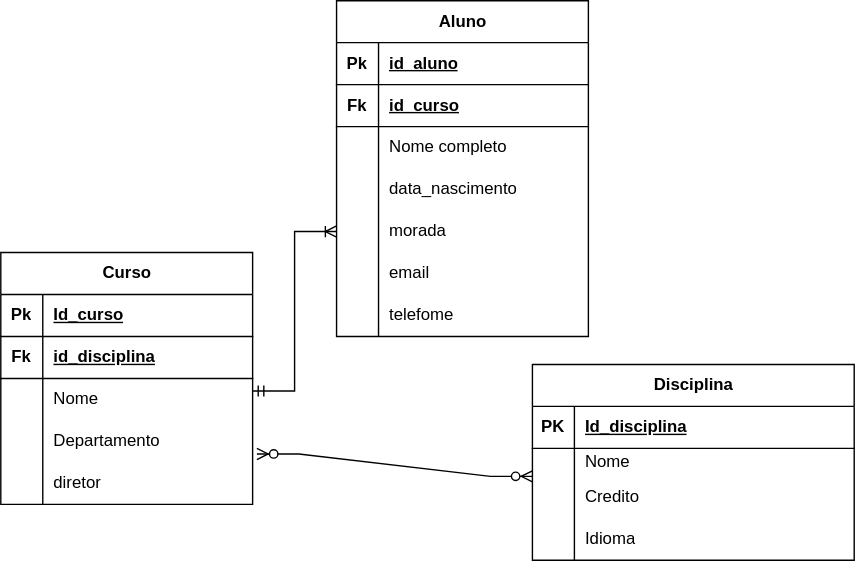
This is crossfootex1.drawio.svg from Pedrosilva778/SGBD, a draw.io export, as it was before one commit. Source tidied: cells renumbered, new cells last; positions are measured from the earlier drawing's top-left corner, leaving out a move shared by most shapes.
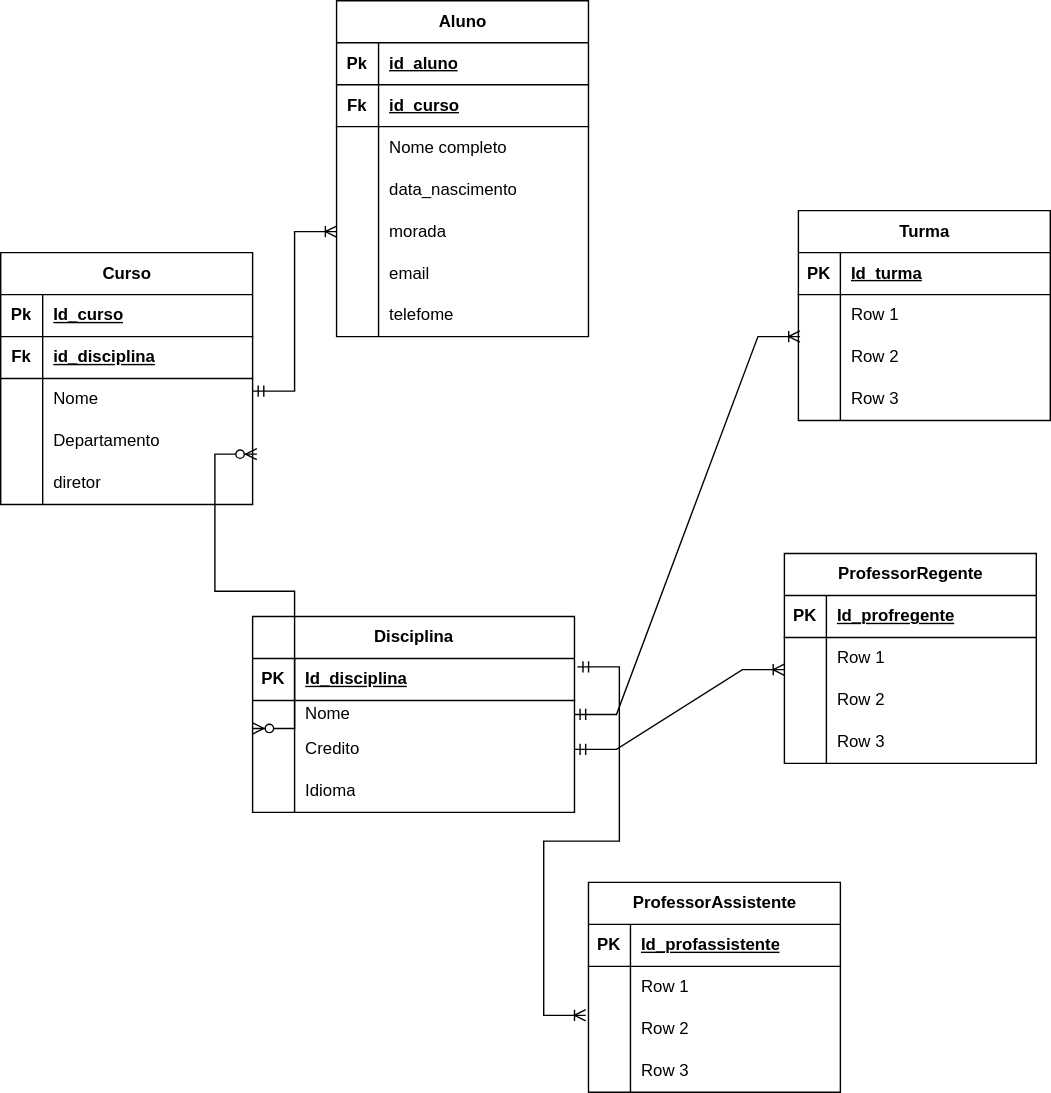
After the change.

What changed in the source:
```diff
@@ -69,7 +69,7 @@
       <mxGeometry x="30" width="150" height="30" as="geometry" />
     </mxCell>
     <mxCell id="24" value="Disciplina" style="shape=table;startSize=30;rowLines=0;fontStyle=1;align=center;html=1;" parent="1" vertex="1">
-      <mxGeometry x="380" y="260" width="230" height="140" as="geometry" />
+      <mxGeometry x="180" y="440" width="230" height="140" as="geometry" />
     </mxCell>
     <mxCell id="25" style="shape=tableRow;horizontal=0;startSize=0;swimlaneHead=0;swimlaneBody=0;fillColor=none;points=[[0,0.5],[1,0.5]];portConstraint=eastwest;top=0;left=0;right=0;bottom=1;" parent="24" vertex="1">
       <mxGeometry y="30" width="230" height="30" as="geometry" />
@@ -161,5 +161,131 @@
     <mxCell id="54" style="edgeStyle=entityRelationEdgeStyle;fontSize=12;html=1;endArrow=ERzeroToMany;endFill=1;startArrow=ERzeroToMany;rounded=0;entryX=1.017;entryY=0.8;entryDx=0;entryDy=0;entryPerimeter=0;exitX=0;exitY=0;exitDx=0;exitDy=0;exitPerimeter=0;" parent="1" edge="1" source="31" target="47">
       <mxGeometry relative="1" as="geometry" />
     </mxCell>
+    <mxCell id="55" value="ProfessorAssistente" style="shape=table;startSize=30;rowLines=0;fontStyle=1;align=center;html=1;" parent="1" vertex="1">
+      <mxGeometry x="420" y="630" width="180" height="150" as="geometry" />
+    </mxCell>
+    <mxCell id="56" style="shape=tableRow;horizontal=0;startSize=0;swimlaneHead=0;swimlaneBody=0;fillColor=none;top=0;left=0;right=0;bottom=1;" parent="55" vertex="1">
+      <mxGeometry y="30" width="180" height="30" as="geometry" />
+    </mxCell>
+    <mxCell id="57" value="PK" style="shape=partialRectangle;fillColor=none;top=0;left=0;bottom=0;right=0;fontStyle=1;overflow=hidden;whiteSpace=wrap;html=1;" parent="56" vertex="1">
+      <mxGeometry width="30" height="30" as="geometry" />
+    </mxCell>
+    <mxCell id="58" value="Id_profassistente" style="shape=partialRectangle;fillColor=none;top=0;left=0;bottom=0;right=0;align=left;spacingLeft=6;fontStyle=5;overflow=hidden;whiteSpace=wrap;html=1;" parent="56" vertex="1">
+      <mxGeometry x="30" width="150" height="30" as="geometry" />
+    </mxCell>
+    <mxCell id="59" style="shape=tableRow;horizontal=0;startSize=0;swimlaneHead=0;swimlaneBody=0;fillColor=none;top=0;left=0;right=0;bottom=0;" parent="55" vertex="1">
+      <mxGeometry y="60" width="180" height="30" as="geometry" />
+    </mxCell>
+    <mxCell id="60" style="shape=partialRectangle;fillColor=none;top=0;left=0;bottom=0;right=0;overflow=hidden;whiteSpace=wrap;html=1;" parent="59" vertex="1">
+      <mxGeometry width="30" height="30" as="geometry" />
+    </mxCell>
+    <mxCell id="61" value="Row 1" style="shape=partialRectangle;fillColor=none;top=0;left=0;bottom=0;right=0;align=left;spacingLeft=6;overflow=hidden;whiteSpace=wrap;html=1;" parent="59" vertex="1">
+      <mxGeometry x="30" width="150" height="30" as="geometry" />
+    </mxCell>
+    <mxCell id="62" style="shape=tableRow;horizontal=0;startSize=0;swimlaneHead=0;swimlaneBody=0;fillColor=none;points=[[0,0.5],[1,0.5]];portConstraint=eastwest;top=0;left=0;right=0;bottom=0;" parent="55" vertex="1">
+      <mxGeometry y="90" width="180" height="30" as="geometry" />
+    </mxCell>
+    <mxCell id="63" style="shape=partialRectangle;fillColor=none;top=0;left=0;bottom=0;right=0;overflow=hidden;whiteSpace=wrap;html=1;" parent="62" vertex="1">
+      <mxGeometry width="30" height="30" as="geometry" />
+    </mxCell>
+    <mxCell id="64" value="Row 2" style="shape=partialRectangle;fillColor=none;top=0;left=0;bottom=0;right=0;align=left;spacingLeft=6;overflow=hidden;whiteSpace=wrap;html=1;" parent="62" vertex="1">
+      <mxGeometry x="30" width="150" height="30" as="geometry" />
+    </mxCell>
+    <mxCell id="65" style="shape=tableRow;horizontal=0;startSize=0;swimlaneHead=0;swimlaneBody=0;fillColor=none;top=0;left=0;right=0;bottom=0;" parent="55" vertex="1">
+      <mxGeometry y="120" width="180" height="30" as="geometry" />
+    </mxCell>
+    <mxCell id="66" style="shape=partialRectangle;fillColor=none;top=0;left=0;bottom=0;right=0;overflow=hidden;whiteSpace=wrap;html=1;" parent="65" vertex="1">
+      <mxGeometry width="30" height="30" as="geometry" />
+    </mxCell>
+    <mxCell id="67" value="Row 3" style="shape=partialRectangle;fillColor=none;top=0;left=0;bottom=0;right=0;align=left;spacingLeft=6;overflow=hidden;whiteSpace=wrap;html=1;" parent="65" vertex="1">
+      <mxGeometry x="30" width="150" height="30" as="geometry" />
+    </mxCell>
+    <mxCell id="68" value="ProfessorRegente" style="shape=table;startSize=30;rowLines=0;fontStyle=1;align=center;html=1;" parent="1" vertex="1">
+      <mxGeometry x="560" y="395" width="180" height="150" as="geometry" />
+    </mxCell>
+    <mxCell id="69" style="shape=tableRow;horizontal=0;startSize=0;swimlaneHead=0;swimlaneBody=0;fillColor=none;top=0;left=0;right=0;bottom=1;" parent="68" vertex="1">
+      <mxGeometry y="30" width="180" height="30" as="geometry" />
+    </mxCell>
+    <mxCell id="70" value="PK" style="shape=partialRectangle;fillColor=none;top=0;left=0;bottom=0;right=0;fontStyle=1;overflow=hidden;whiteSpace=wrap;html=1;" parent="69" vertex="1">
+      <mxGeometry width="30" height="30" as="geometry" />
+    </mxCell>
+    <mxCell id="71" value="Id_profregente" style="shape=partialRectangle;fillColor=none;top=0;left=0;bottom=0;right=0;align=left;spacingLeft=6;fontStyle=5;overflow=hidden;whiteSpace=wrap;html=1;" parent="69" vertex="1">
+      <mxGeometry x="30" width="150" height="30" as="geometry" />
+    </mxCell>
+    <mxCell id="72" style="shape=tableRow;horizontal=0;startSize=0;swimlaneHead=0;swimlaneBody=0;fillColor=none;points=[[0,0.5],[1,0.5]];portConstraint=eastwest;top=0;left=0;right=0;bottom=0;" parent="68" vertex="1">
+      <mxGeometry y="60" width="180" height="30" as="geometry" />
+    </mxCell>
+    <mxCell id="73" style="shape=partialRectangle;fillColor=none;top=0;left=0;bottom=0;right=0;overflow=hidden;whiteSpace=wrap;html=1;" parent="72" vertex="1">
+      <mxGeometry width="30" height="30" as="geometry" />
+    </mxCell>
+    <mxCell id="74" value="Row 1" style="shape=partialRectangle;fillColor=none;top=0;left=0;bottom=0;right=0;align=left;spacingLeft=6;overflow=hidden;whiteSpace=wrap;html=1;" parent="72" vertex="1">
+      <mxGeometry x="30" width="150" height="30" as="geometry" />
+    </mxCell>
+    <mxCell id="75" style="shape=tableRow;horizontal=0;startSize=0;swimlaneHead=0;swimlaneBody=0;fillColor=none;top=0;left=0;right=0;bottom=0;" parent="68" vertex="1">
+      <mxGeometry y="90" width="180" height="30" as="geometry" />
+    </mxCell>
+    <mxCell id="76" style="shape=partialRectangle;fillColor=none;top=0;left=0;bottom=0;right=0;overflow=hidden;whiteSpace=wrap;html=1;" parent="75" vertex="1">
+      <mxGeometry width="30" height="30" as="geometry" />
+    </mxCell>
+    <mxCell id="77" value="Row 2" style="shape=partialRectangle;fillColor=none;top=0;left=0;bottom=0;right=0;align=left;spacingLeft=6;overflow=hidden;whiteSpace=wrap;html=1;" parent="75" vertex="1">
+      <mxGeometry x="30" width="150" height="30" as="geometry" />
+    </mxCell>
+    <mxCell id="78" style="shape=tableRow;horizontal=0;startSize=0;swimlaneHead=0;swimlaneBody=0;fillColor=none;top=0;left=0;right=0;bottom=0;" parent="68" vertex="1">
+      <mxGeometry y="120" width="180" height="30" as="geometry" />
+    </mxCell>
+    <mxCell id="79" style="shape=partialRectangle;fillColor=none;top=0;left=0;bottom=0;right=0;overflow=hidden;whiteSpace=wrap;html=1;" parent="78" vertex="1">
+      <mxGeometry width="30" height="30" as="geometry" />
+    </mxCell>
+    <mxCell id="80" value="Row 3" style="shape=partialRectangle;fillColor=none;top=0;left=0;bottom=0;right=0;align=left;spacingLeft=6;overflow=hidden;whiteSpace=wrap;html=1;" parent="78" vertex="1">
+      <mxGeometry x="30" width="150" height="30" as="geometry" />
+    </mxCell>
+    <mxCell id="81" value="Turma" style="shape=table;startSize=30;rowLines=0;fontStyle=1;align=center;html=1;" parent="1" vertex="1">
+      <mxGeometry x="570" y="150" width="180" height="150" as="geometry" />
+    </mxCell>
+    <mxCell id="82" style="shape=tableRow;horizontal=0;startSize=0;swimlaneHead=0;swimlaneBody=0;fillColor=none;top=0;left=0;right=0;bottom=1;" parent="81" vertex="1">
+      <mxGeometry y="30" width="180" height="30" as="geometry" />
+    </mxCell>
+    <mxCell id="83" value="PK" style="shape=partialRectangle;fillColor=none;top=0;left=0;bottom=0;right=0;fontStyle=1;overflow=hidden;whiteSpace=wrap;html=1;" parent="82" vertex="1">
+      <mxGeometry width="30" height="30" as="geometry" />
+    </mxCell>
+    <mxCell id="84" value="Id_turma" style="shape=partialRectangle;fillColor=none;top=0;left=0;bottom=0;right=0;align=left;spacingLeft=6;fontStyle=5;overflow=hidden;whiteSpace=wrap;html=1;" parent="82" vertex="1">
+      <mxGeometry x="30" width="150" height="30" as="geometry" />
+    </mxCell>
+    <mxCell id="85" style="shape=tableRow;horizontal=0;startSize=0;swimlaneHead=0;swimlaneBody=0;fillColor=none;top=0;left=0;right=0;bottom=0;" parent="81" vertex="1">
+      <mxGeometry y="60" width="180" height="30" as="geometry" />
+    </mxCell>
+    <mxCell id="86" style="shape=partialRectangle;fillColor=none;top=0;left=0;bottom=0;right=0;overflow=hidden;whiteSpace=wrap;html=1;" parent="85" vertex="1">
+      <mxGeometry width="30" height="30" as="geometry" />
+    </mxCell>
+    <mxCell id="87" value="Row 1" style="shape=partialRectangle;fillColor=none;top=0;left=0;bottom=0;right=0;align=left;spacingLeft=6;overflow=hidden;whiteSpace=wrap;html=1;" parent="85" vertex="1">
+      <mxGeometry x="30" width="150" height="30" as="geometry" />
+    </mxCell>
+    <mxCell id="88" style="shape=tableRow;horizontal=0;startSize=0;swimlaneHead=0;swimlaneBody=0;fillColor=none;points=[[0,0.5],[1,0.5]];portConstraint=eastwest;top=0;left=0;right=0;bottom=0;" parent="81" vertex="1">
+      <mxGeometry y="90" width="180" height="30" as="geometry" />
+    </mxCell>
+    <mxCell id="89" style="shape=partialRectangle;fillColor=none;top=0;left=0;bottom=0;right=0;overflow=hidden;whiteSpace=wrap;html=1;" parent="88" vertex="1">
+      <mxGeometry width="30" height="30" as="geometry" />
+    </mxCell>
+    <mxCell id="90" value="Row 2" style="shape=partialRectangle;fillColor=none;top=0;left=0;bottom=0;right=0;align=left;spacingLeft=6;overflow=hidden;whiteSpace=wrap;html=1;" parent="88" vertex="1">
+      <mxGeometry x="30" width="150" height="30" as="geometry" />
+    </mxCell>
+    <mxCell id="91" style="shape=tableRow;horizontal=0;startSize=0;swimlaneHead=0;swimlaneBody=0;fillColor=none;top=0;left=0;right=0;bottom=0;" parent="81" vertex="1">
+      <mxGeometry y="120" width="180" height="30" as="geometry" />
+    </mxCell>
+    <mxCell id="92" style="shape=partialRectangle;fillColor=none;top=0;left=0;bottom=0;right=0;overflow=hidden;whiteSpace=wrap;html=1;" parent="91" vertex="1">
+      <mxGeometry width="30" height="30" as="geometry" />
+    </mxCell>
+    <mxCell id="93" value="Row 3" style="shape=partialRectangle;fillColor=none;top=0;left=0;bottom=0;right=0;align=left;spacingLeft=6;overflow=hidden;whiteSpace=wrap;html=1;" parent="91" vertex="1">
+      <mxGeometry x="30" width="150" height="30" as="geometry" />
+    </mxCell>
+    <mxCell id="94" style="edgeStyle=entityRelationEdgeStyle;fontSize=12;html=1;endArrow=ERoneToMany;startArrow=ERmandOne;rounded=0;entryX=0.006;entryY=0;entryDx=0;entryDy=0;entryPerimeter=0;exitX=1;exitY=0.5;exitDx=0;exitDy=0;" parent="1" edge="1" source="28" target="88">
+      <mxGeometry relative="1" as="geometry" />
+    </mxCell>
+    <mxCell id="95" style="edgeStyle=entityRelationEdgeStyle;fontSize=12;html=1;endArrow=ERoneToMany;startArrow=ERmandOne;rounded=0;entryX=0;entryY=0.767;entryDx=0;entryDy=0;entryPerimeter=0;exitX=1;exitY=0.5;exitDx=0;exitDy=0;" parent="1" edge="1" source="31" target="72">
+      <mxGeometry relative="1" as="geometry" />
+    </mxCell>
+    <mxCell id="96" style="edgeStyle=entityRelationEdgeStyle;fontSize=12;html=1;endArrow=ERoneToMany;startArrow=ERmandOne;rounded=0;entryX=-0.011;entryY=0.167;entryDx=0;entryDy=0;entryPerimeter=0;exitX=1.009;exitY=0.2;exitDx=0;exitDy=0;exitPerimeter=0;" parent="1" edge="1" source="25" target="62">
+      <mxGeometry relative="1" as="geometry" />
+    </mxCell>
   </root>
 </mxGraphModel>
```
